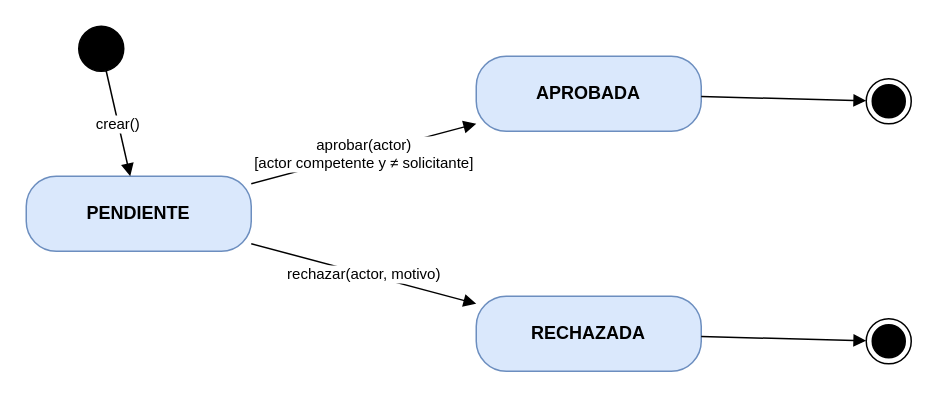
Before: page "Estado de la solicitud de registro" (4 of 6) of documentacion/fuentes/diagramas-estado.drawio in JaiderSoto07/kudos-backend, a draw.io diagram. Source tidied: cells renumbered, new cells numbered last; positions are measured from the earlier drawing's top-left corner, leaving out a move shared by most shapes. Both pictures are drawn from the tidied source at 150%, with x=0, y=0 at pixel (26, 26).
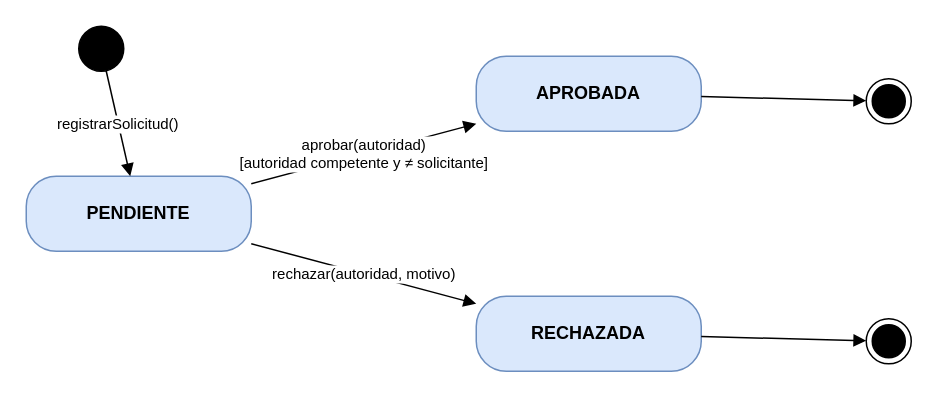
Above is the later version.

Change to the diagram source:
```diff
@@
 <mxGraphModel>
   <root>
     <mxCell id="0" />
     <mxCell id="1" parent="0" />
     <mxCell id="2" value="PENDIENTE" style="rounded=1;whiteSpace=wrap;html=1;arcSize=40;fillColor=#dae8fc;strokeColor=#6c8ebf;fontStyle=1;" parent="1" vertex="1">
       <mxGeometry y="100" width="150" height="50" as="geometry" />
     </mxCell>
     <mxCell id="3" value="APROBADA" style="rounded=1;whiteSpace=wrap;html=1;arcSize=40;fillColor=#dae8fc;strokeColor=#6c8ebf;fontStyle=1;" parent="1" vertex="1">
       <mxGeometry x="300" y="20" width="150" height="50" as="geometry" />
     </mxCell>
     <mxCell id="4" value="RECHAZADA" style="rounded=1;whiteSpace=wrap;html=1;arcSize=40;fillColor=#dae8fc;strokeColor=#6c8ebf;fontStyle=1;" parent="1" vertex="1">
       <mxGeometry x="300" y="180" width="150" height="50" as="geometry" />
     </mxCell>
     <mxCell id="5" style="ellipse;fillColor=#000000;strokeColor=#000000;" parent="1" vertex="1">
       <mxGeometry x="35" width="30" height="30" as="geometry" />
     </mxCell>
-    <mxCell id="6" value="crear()" style="endArrow=block;endFill=1;html=1;rounded=0;fontSize=10;labelBackgroundColor=#ffffff;edgeStyle=none;" parent="1" edge="1" source="5" target="2">
+    <mxCell id="6" value="registrarSolicitud()" style="endArrow=block;endFill=1;html=1;rounded=0;fontSize=10;labelBackgroundColor=#ffffff;edgeStyle=none;" parent="1" edge="1" source="5" target="2">
       <mxGeometry relative="1" as="geometry" />
     </mxCell>
     <mxCell id="7" style="ellipse;html=1;shape=endState;fillColor=#000000;strokeColor=#000000;" parent="1" vertex="1">
       <mxGeometry x="560" y="35" width="30" height="30" as="geometry" />
     </mxCell>
     <mxCell id="8" style="endArrow=block;endFill=1;html=1;rounded=0;fontSize=10;labelBackgroundColor=#ffffff;edgeStyle=none;" parent="1" edge="1" source="3" target="7">
       <mxGeometry relative="1" as="geometry" />
     </mxCell>
     <mxCell id="9" style="ellipse;html=1;shape=endState;fillColor=#000000;strokeColor=#000000;" parent="1" vertex="1">
       <mxGeometry x="560" y="195" width="30" height="30" as="geometry" />
     </mxCell>
     <mxCell id="10" style="endArrow=block;endFill=1;html=1;rounded=0;fontSize=10;labelBackgroundColor=#ffffff;edgeStyle=none;" parent="1" edge="1" source="4" target="9">
       <mxGeometry relative="1" as="geometry" />
     </mxCell>
-    <mxCell id="11" value="aprobar(actor)&lt;br&gt;[actor competente y ≠ solicitante]" style="endArrow=block;endFill=1;html=1;rounded=0;fontSize=10;labelBackgroundColor=#ffffff;edgeStyle=none;" parent="1" edge="1" source="2" target="3">
+    <mxCell id="11" value="aprobar(autoridad)&lt;br&gt;[autoridad competente y ≠ solicitante]" style="endArrow=block;endFill=1;html=1;rounded=0;fontSize=10;labelBackgroundColor=#ffffff;edgeStyle=none;" parent="1" edge="1" source="2" target="3">
       <mxGeometry relative="1" as="geometry" />
     </mxCell>
-    <mxCell id="12" value="rechazar(actor, motivo)" style="endArrow=block;endFill=1;html=1;rounded=0;fontSize=10;labelBackgroundColor=#ffffff;edgeStyle=none;" parent="1" edge="1" source="2" target="4">
+    <mxCell id="12" value="rechazar(autoridad, motivo)" style="endArrow=block;endFill=1;html=1;rounded=0;fontSize=10;labelBackgroundColor=#ffffff;edgeStyle=none;" parent="1" edge="1" source="2" target="4">
       <mxGeometry relative="1" as="geometry" />
     </mxCell>
   </root>
 </mxGraphModel>
```
